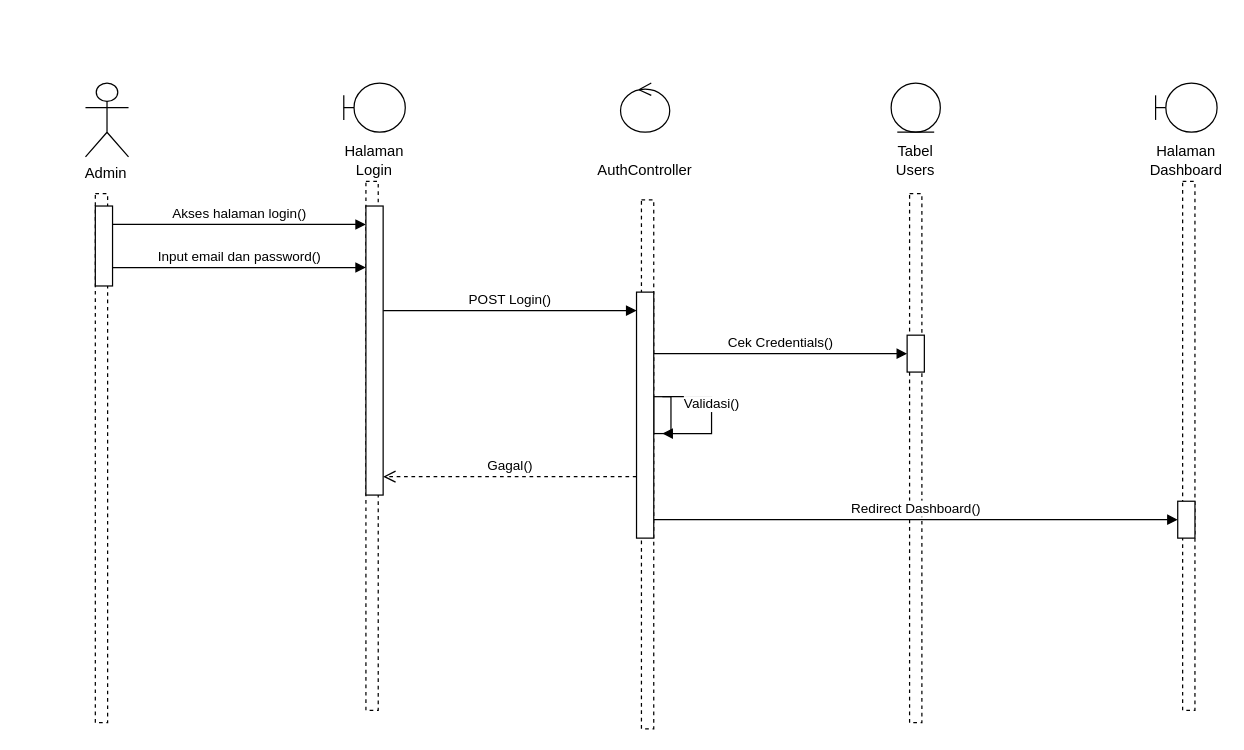
Earlier version of the draw.io diagram page "Sequence Diagram: Login (Semua Role)" (1 of 17) of sequence_diagram_lengkap.drawio (DaraAnggunJelita/jamur_tiram). Source tidied: cells renumbered, new cells numbered last; positions are measured from the earlier drawing's top-left corner, leaving out a move shared by most shapes. Both pictures are drawn from the tidied source at 123%, with x=0, y=0 at pixel (85, 82).
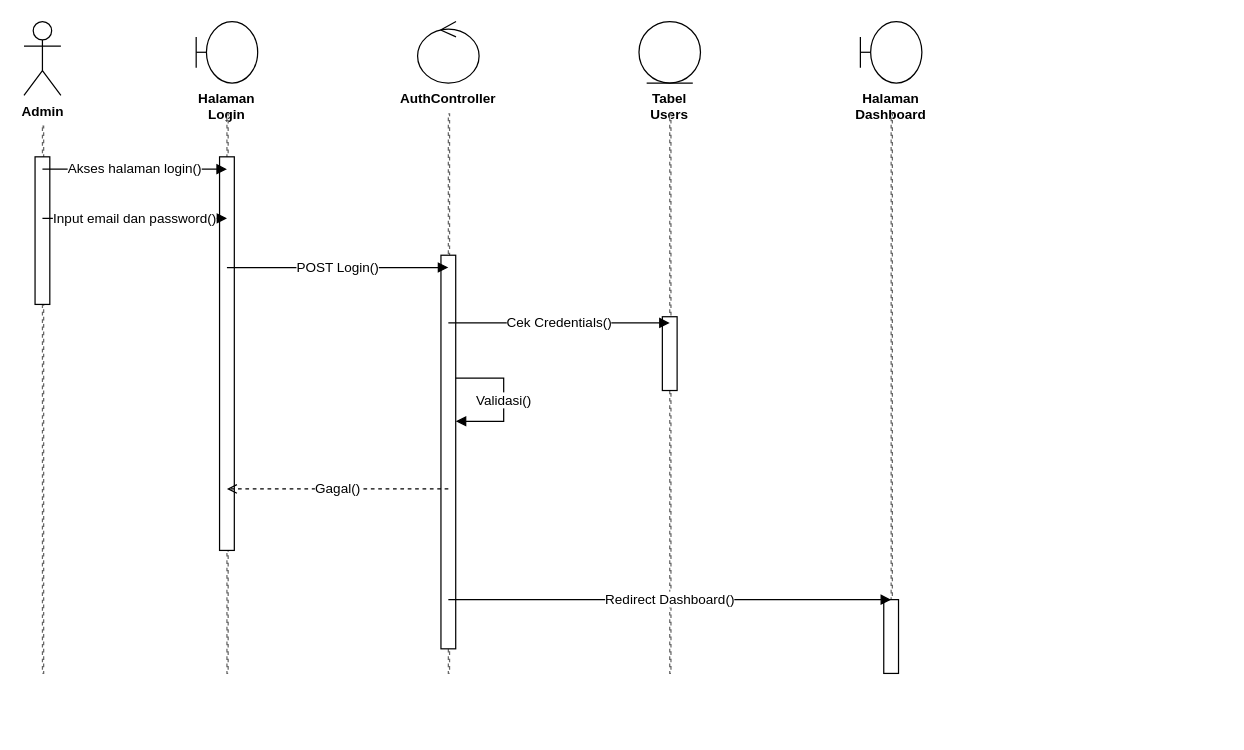
The same page after the edit.

Change to the diagram source:
```diff
@@
-<mxGraphModel background="light-dark(#ffffff, #121212)">
+<mxGraphModel>
@@
-    <mxCell id="2" value="Admin&amp;nbsp;" style="shape=umlActor;verticalLabelPosition=bottom;verticalAlign=top;html=1;" parent="1" vertex="1">
-      <mxGeometry width="35" height="60" as="geometry" />
+    <mxCell id="2" value="Admin" style="shape=umlActor;verticalLabelPosition=bottom;verticalAlign=top;html=1;fillColor=#ffffff;strokeColor=#000000;fontStyle=1;fontSize=11;" parent="1" vertex="1">
+      <mxGeometry x="-50" y="-50" width="30" height="60" as="geometry" />
     </mxCell>
-    <mxCell id="3" style="endArrow=none;dashed=1;html=1;" parent="1" vertex="1">
-      <mxGeometry x="8" y="90" width="10" height="430" as="geometry" />
-    </mxCell>
-    <mxCell id="4" value="Halaman Login" style="shape=umlBoundary;whiteSpace=wrap;html=1;verticalAlign=bottom;verticalLabelPosition=bottom;" parent="1" vertex="1">
-      <mxGeometry x="210" width="50" height="40" as="geometry" />
+    <mxCell id="4" value="Halaman Login" style="shape=umlBoundary;whiteSpace=wrap;html=1;verticalLabelPosition=bottom;verticalAlign=top;fillColor=#ffffff;strokeColor=#000000;fontStyle=1;fontSize=11;" parent="1" vertex="1">
+      <mxGeometry x="90" y="-50" width="50" height="50" as="geometry" />
     </mxCell>
-    <mxCell id="5" style="endArrow=none;dashed=1;html=1;" parent="1" vertex="1">
-      <mxGeometry x="228" y="80" width="10" height="430" as="geometry" />
-    </mxCell>
-    <mxCell id="6" value="AuthController" style="shape=umlControl;whiteSpace=wrap;html=1;verticalAlign=bottom;verticalLabelPosition=bottom;" parent="1" vertex="1">
-      <mxGeometry x="435" width="40" height="40" as="geometry" />
+    <mxCell id="6" value="AuthController" style="shape=umlControl;whiteSpace=wrap;html=1;verticalLabelPosition=bottom;verticalAlign=top;fillColor=#ffffff;strokeColor=#000000;fontStyle=1;fontSize=11;" parent="1" vertex="1">
+      <mxGeometry x="270" y="-50" width="50" height="50" as="geometry" />
     </mxCell>
-    <mxCell id="7" style="endArrow=none;dashed=1;html=1;" parent="1" vertex="1">
-      <mxGeometry x="452" y="95" width="10" height="430" as="geometry" />
-    </mxCell>
-    <mxCell id="8" value="Tabel Users" style="shape=umlEntity;whiteSpace=wrap;html=1;verticalAlign=bottom;verticalLabelPosition=bottom;" parent="1" vertex="1">
-      <mxGeometry x="655" width="40" height="40" as="geometry" />
+    <mxCell id="8" value="Tabel Users" style="shape=umlEntity;whiteSpace=wrap;html=1;verticalLabelPosition=bottom;verticalAlign=top;fillColor=#ffffff;strokeColor=#000000;fontStyle=1;fontSize=11;" parent="1" vertex="1">
+      <mxGeometry x="450" y="-50" width="50" height="50" as="geometry" />
     </mxCell>
-    <mxCell id="9" style="endArrow=none;dashed=1;html=1;" parent="1" vertex="1">
-      <mxGeometry x="670" y="90" width="10" height="430" as="geometry" />
-    </mxCell>
-    <mxCell id="10" value="Halaman Dashboard" style="shape=umlBoundary;whiteSpace=wrap;html=1;verticalAlign=bottom;verticalLabelPosition=bottom;" parent="1" vertex="1">
-      <mxGeometry x="870" width="50" height="40" as="geometry" />
+    <mxCell id="10" value="Halaman Dashboard" style="shape=umlBoundary;whiteSpace=wrap;html=1;verticalLabelPosition=bottom;verticalAlign=top;fillColor=#ffffff;strokeColor=#000000;fontStyle=1;fontSize=11;" parent="1" vertex="1">
+      <mxGeometry x="630" y="-50" width="50" height="50" as="geometry" />
     </mxCell>
-    <mxCell id="11" style="endArrow=none;dashed=1;html=1;" parent="1" vertex="1">
-      <mxGeometry x="892" y="80" width="10" height="430" as="geometry" />
-    </mxCell>
+    <mxCell id="25" style="edgeStyle=none;dashed=1;html=1;strokeColor=#666666;endArrow=none;startArrow=none;" parent="1" vertex="1">
+      <mxGeometry x="-35" y="35" width="1" height="445" as="geometry" />
+    </mxCell>
+    <mxCell id="26" style="edgeStyle=none;dashed=1;html=1;strokeColor=#666666;endArrow=none;startArrow=none;" parent="1" vertex="1">
+      <mxGeometry x="115" y="25" width="1" height="455" as="geometry" />
+    </mxCell>
+    <mxCell id="27" style="edgeStyle=none;dashed=1;html=1;strokeColor=#666666;endArrow=none;startArrow=none;" parent="1" vertex="1">
+      <mxGeometry x="295" y="25" width="1" height="455" as="geometry" />
+    </mxCell>
+    <mxCell id="28" style="edgeStyle=none;dashed=1;html=1;strokeColor=#666666;endArrow=none;startArrow=none;" parent="1" vertex="1">
+      <mxGeometry x="475" y="25" width="1" height="455" as="geometry" />
+    </mxCell>
+    <mxCell id="29" style="edgeStyle=none;dashed=1;html=1;strokeColor=#666666;endArrow=none;startArrow=none;" parent="1" vertex="1">
+      <mxGeometry x="655" y="25" width="1" height="455" as="geometry" />
+    </mxCell>
+    <mxCell id="30" style="whiteSpace=wrap;html=1;fillColor=#ffffff;strokeColor=#000000;" parent="1" vertex="1">
+      <mxGeometry x="-41" y="60" width="12" height="120" as="geometry" />
+    </mxCell>
+    <mxCell id="31" style="whiteSpace=wrap;html=1;fillColor=#ffffff;strokeColor=#000000;" parent="1" vertex="1">
+      <mxGeometry x="109" y="60" width="12" height="320" as="geometry" />
+    </mxCell>
+    <mxCell id="32" style="whiteSpace=wrap;html=1;fillColor=#ffffff;strokeColor=#000000;" parent="1" vertex="1">
+      <mxGeometry x="289" y="140" width="12" height="320" as="geometry" />
+    </mxCell>
+    <mxCell id="33" style="whiteSpace=wrap;html=1;fillColor=#ffffff;strokeColor=#000000;" parent="1" vertex="1">
+      <mxGeometry x="469" y="190" width="12" height="60" as="geometry" />
+    </mxCell>
+    <mxCell id="34" style="whiteSpace=wrap;html=1;fillColor=#ffffff;strokeColor=#000000;" parent="1" vertex="1">
+      <mxGeometry x="649" y="420" width="12" height="60" as="geometry" />
+    </mxCell>
-    <mxCell id="12" value="Akses halaman login()" style="html=1;verticalAlign=bottom;endArrow=block;rounded=0;edgeStyle=orthogonalEdgeStyle;" parent="1" edge="1">
+    <mxCell id="12" value="Akses halaman login()" style="edgeStyle=none;html=1;endArrow=block;endSize=6;strokeColor=#000000;fontColor=#000000;fontSize=11;labelBackgroundColor=#ffffff;" parent="1" edge="1">
       <mxGeometry relative="1" as="geometry">
-        <mxPoint x="22" y="115" as="sourcePoint" />
-        <mxPoint x="228" y="115" as="targetPoint" />
+        <mxPoint x="-35" y="70" as="sourcePoint" />
+        <mxPoint x="115" y="70" as="targetPoint" />
       </mxGeometry>
     </mxCell>
-    <mxCell id="13" value="Input email dan password()" style="html=1;verticalAlign=bottom;endArrow=block;rounded=0;edgeStyle=orthogonalEdgeStyle;" parent="1" edge="1">
+    <mxCell id="13" value="Input email dan password()" style="edgeStyle=none;html=1;endArrow=block;endSize=6;strokeColor=#000000;fontColor=#000000;fontSize=11;labelBackgroundColor=#ffffff;" parent="1" edge="1">
       <mxGeometry relative="1" as="geometry">
-        <mxPoint x="22" y="150" as="sourcePoint" />
-        <mxPoint x="228" y="150" as="targetPoint" />
+        <mxPoint x="-35" y="110" as="sourcePoint" />
+        <mxPoint x="115" y="110" as="targetPoint" />
       </mxGeometry>
     </mxCell>
-    <mxCell id="14" value="POST Login()" style="html=1;verticalAlign=bottom;endArrow=block;rounded=0;edgeStyle=orthogonalEdgeStyle;" parent="1" edge="1">
+    <mxCell id="14" value="POST Login()" style="edgeStyle=none;html=1;endArrow=block;endSize=6;strokeColor=#000000;fontColor=#000000;fontSize=11;labelBackgroundColor=#ffffff;" parent="1" edge="1">
       <mxGeometry relative="1" as="geometry">
-        <mxPoint x="242" y="185" as="sourcePoint" />
-        <mxPoint x="448" y="185" as="targetPoint" />
+        <mxPoint x="115" y="150" as="sourcePoint" />
+        <mxPoint x="295" y="150" as="targetPoint" />
       </mxGeometry>
     </mxCell>
-    <mxCell id="15" value="Cek Credentials()" style="html=1;verticalAlign=bottom;endArrow=block;rounded=0;edgeStyle=orthogonalEdgeStyle;" parent="1" edge="1">
+    <mxCell id="15" value="Cek Credentials()" style="edgeStyle=none;html=1;endArrow=block;endSize=6;strokeColor=#000000;fontColor=#000000;fontSize=11;labelBackgroundColor=#ffffff;" parent="1" edge="1">
       <mxGeometry relative="1" as="geometry">
-        <mxPoint x="462" y="220" as="sourcePoint" />
-        <mxPoint x="668" y="220" as="targetPoint" />
+        <mxPoint x="295" y="195" as="sourcePoint" />
+        <mxPoint x="475" y="195" as="targetPoint" />
       </mxGeometry>
     </mxCell>
-    <mxCell id="16" style="html=1;perimeter=orthogonalPerimeter;fillColor=#ffffff;strokeColor=#000000;" parent="1" vertex="1">
-      <mxGeometry x="462" y="255" width="14" height="30" as="geometry" />
-    </mxCell>
-    <mxCell id="17" value="Validasi()" style="html=1;verticalAlign=bottom;endArrow=block;rounded=0;edgeStyle=orthogonalEdgeStyle;" parent="1" edge="1">
+    <mxCell id="17" value="Validasi()" style="edgeStyle=orthogonalEdgeStyle;rounded=0;html=1;endArrow=block;endSize=6;strokeColor=#000000;fontColor=#000000;fontSize=11;labelBackgroundColor=#ffffff;" parent="1" edge="1">
       <mxGeometry relative="1" as="geometry">
-        <mxPoint x="469" y="255" as="sourcePoint" />
-        <mxPoint x="469" y="285" as="targetPoint" />
+        <mxPoint x="301" y="240" as="sourcePoint" />
+        <mxPoint x="301" y="275" as="targetPoint" />
         <Array as="points">
-          <mxPoint x="509" y="255" />
-          <mxPoint x="509" y="285" />
+          <mxPoint x="340" y="240" />
+          <mxPoint x="340" y="275" />
         </Array>
       </mxGeometry>
     </mxCell>
-    <mxCell id="18" value="Gagal()" style="html=1;verticalAlign=bottom;endArrow=open;dashed=1;endSize=8;rounded=0;edgeStyle=orthogonalEdgeStyle;" parent="1" edge="1">
+    <mxCell id="18" value="Gagal()" style="edgeStyle=none;dashed=1;html=1;endArrow=open;endSize=6;strokeColor=#000000;fontColor=#000000;fontSize=11;labelBackgroundColor=#ffffff;" parent="1" edge="1">
       <mxGeometry relative="1" as="geometry">
-        <mxPoint x="448" y="320" as="sourcePoint" />
-        <mxPoint x="242" y="320" as="targetPoint" />
+        <mxPoint x="295" y="330" as="sourcePoint" />
+        <mxPoint x="115" y="330" as="targetPoint" />
       </mxGeometry>
     </mxCell>
-    <mxCell id="19" value="Redirect Dashboard()" style="html=1;verticalAlign=bottom;endArrow=block;rounded=0;edgeStyle=orthogonalEdgeStyle;" parent="1" edge="1">
+    <mxCell id="19" value="Redirect Dashboard()" style="edgeStyle=none;html=1;endArrow=block;endSize=6;strokeColor=#000000;fontColor=#000000;fontSize=11;labelBackgroundColor=#ffffff;" parent="1" edge="1">
       <mxGeometry relative="1" as="geometry">
-        <mxPoint x="462" y="355" as="sourcePoint" />
-        <mxPoint x="888" y="355" as="targetPoint" />
+        <mxPoint x="295" y="420" as="sourcePoint" />
+        <mxPoint x="655" y="420" as="targetPoint" />
       </mxGeometry>
     </mxCell>
-    <mxCell id="20" style="html=1;perimeter=orthogonalPerimeter;fillColor=#ffffff;strokeColor=#000000;" parent="1" vertex="1">
-      <mxGeometry x="8" y="100" width="14" height="65" as="geometry" />
-    </mxCell>
-    <mxCell id="21" style="html=1;perimeter=orthogonalPerimeter;fillColor=#ffffff;strokeColor=#000000;" parent="1" vertex="1">
-      <mxGeometry x="228" y="100" width="14" height="235" as="geometry" />
-    </mxCell>
-    <mxCell id="22" style="html=1;perimeter=orthogonalPerimeter;fillColor=#ffffff;strokeColor=#000000;" parent="1" vertex="1">
-      <mxGeometry x="448" y="170" width="14" height="200" as="geometry" />
-    </mxCell>
-    <mxCell id="23" style="html=1;perimeter=orthogonalPerimeter;fillColor=#ffffff;strokeColor=#000000;" parent="1" vertex="1">
-      <mxGeometry x="668" y="205" width="14" height="30" as="geometry" />
-    </mxCell>
-    <mxCell id="24" style="html=1;perimeter=orthogonalPerimeter;fillColor=#ffffff;strokeColor=#000000;" parent="1" vertex="1">
-      <mxGeometry x="888" y="340" width="14" height="30" as="geometry" />
-    </mxCell>
```
